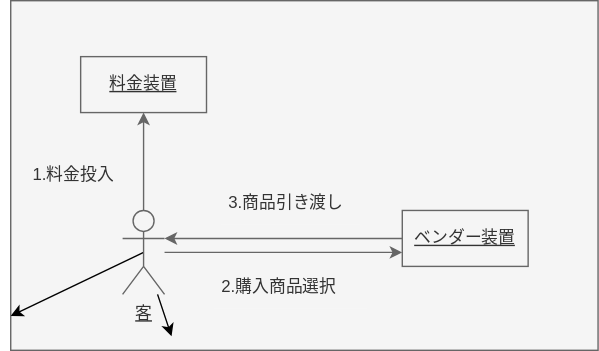
Before: 演習6-4-4_コミュニケーション図_自動販売機.drawio.svg, a diagram exported from draw.io (eumura123/uml-introduction). Source tidied: cells renumbered, new cells last; positions are measured from the earlier drawing's top-left corner, leaving out a move shared by most shapes. The source it was exported from:
```xml
<mxGraphModel>
  <root>
    <mxCell id="0" />
    <mxCell id="1" parent="0" />
    <mxCell id="2" style="rounded=0;whiteSpace=wrap;html=1;fillColor=#f5f5f5;fontColor=#333333;strokeColor=#666666;" parent="1" vertex="1">
      <mxGeometry width="420" height="250" as="geometry" />
    </mxCell>
    <mxCell id="3" style="edgeStyle=none;html=1;" parent="1" edge="1" source="7">
      <mxGeometry relative="1" as="geometry">
        <mxPoint x="115" y="240" as="targetPoint" />
      </mxGeometry>
    </mxCell>
    <mxCell id="4" style="edgeStyle=none;html=1;exitX=0.5;exitY=0.5;exitDx=0;exitDy=0;exitPerimeter=0;" parent="1" edge="1" source="7" target="2">
      <mxGeometry relative="1" as="geometry" />
    </mxCell>
    <mxCell id="5" style="edgeStyle=none;html=1;fillColor=#f5f5f5;strokeColor=#666666;" parent="1" edge="1" source="7" target="8">
      <mxGeometry relative="1" as="geometry" />
    </mxCell>
    <mxCell id="6" style="edgeStyle=none;html=1;startArrow=none;startFill=0;endArrow=classic;endFill=1;fillColor=#f5f5f5;strokeColor=#666666;entryX=0;entryY=0.75;entryDx=0;entryDy=0;" parent="1" edge="1" source="7" target="10">
      <mxGeometry relative="1" as="geometry" />
    </mxCell>
    <mxCell id="7" value="&lt;u&gt;客&lt;/u&gt;" style="shape=umlActor;verticalLabelPosition=bottom;verticalAlign=top;html=1;outlineConnect=0;fillColor=#f5f5f5;fontColor=#333333;strokeColor=#666666;" parent="1" vertex="1">
      <mxGeometry x="80" y="150" width="30" height="60" as="geometry" />
    </mxCell>
    <mxCell id="8" value="&lt;u&gt;料金装置&lt;/u&gt;" style="rounded=0;whiteSpace=wrap;html=1;fillColor=#f5f5f5;fontColor=#333333;strokeColor=#666666;" parent="1" vertex="1">
      <mxGeometry x="50" y="40" width="90" height="40" as="geometry" />
    </mxCell>
    <mxCell id="9" style="edgeStyle=none;html=1;fillColor=#f5f5f5;strokeColor=#666666;endArrow=classic;endFill=1;startArrow=none;startFill=0;entryX=1;entryY=0.3333333333333333;entryDx=0;entryDy=0;entryPerimeter=0;" parent="1" edge="1" source="10" target="7">
      <mxGeometry relative="1" as="geometry" />
    </mxCell>
    <mxCell id="10" value="&lt;u&gt;ベンダー装置&lt;/u&gt;" style="rounded=0;whiteSpace=wrap;html=1;fillColor=#f5f5f5;fontColor=#333333;strokeColor=#666666;" parent="1" vertex="1">
      <mxGeometry x="280" y="150" width="90" height="40" as="geometry" />
    </mxCell>
    <mxCell id="11" value="1.料金投入" style="text;strokeColor=none;fillColor=#f5f5f5;align=left;verticalAlign=middle;spacingLeft=4;spacingRight=4;overflow=hidden;whiteSpace=wrap;html=1;fontColor=#333333;" parent="1" vertex="1">
      <mxGeometry x="10" y="110" width="80" height="30" as="geometry" />
    </mxCell>
    <mxCell id="12" value="2.購入商品選択" style="text;strokeColor=none;fillColor=#f5f5f5;align=left;verticalAlign=middle;spacingLeft=4;spacingRight=4;overflow=hidden;whiteSpace=wrap;html=1;fontColor=#333333;" parent="1" vertex="1">
      <mxGeometry x="145" y="190" width="110" height="30" as="geometry" />
    </mxCell>
    <mxCell id="13" value="3.商品引き渡し" style="text;strokeColor=none;fillColor=#f5f5f5;align=left;verticalAlign=middle;spacingLeft=4;spacingRight=4;overflow=hidden;whiteSpace=wrap;html=1;fontColor=#333333;" parent="1" vertex="1">
      <mxGeometry x="150" y="130" width="100" height="30" as="geometry" />
    </mxCell>
  </root>
</mxGraphModel>
```
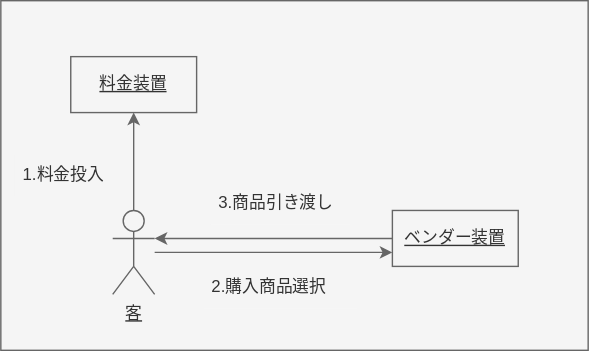
Later version of the same file.

Diff of the diagram source:
```diff
@@ -5,14 +5,6 @@
     <mxCell id="2" style="rounded=0;whiteSpace=wrap;html=1;fillColor=#f5f5f5;fontColor=#333333;strokeColor=#666666;" parent="1" vertex="1">
       <mxGeometry width="420" height="250" as="geometry" />
     </mxCell>
-    <mxCell id="3" style="edgeStyle=none;html=1;" parent="1" edge="1" source="7">
-      <mxGeometry relative="1" as="geometry">
-        <mxPoint x="115" y="240" as="targetPoint" />
-      </mxGeometry>
-    </mxCell>
-    <mxCell id="4" style="edgeStyle=none;html=1;exitX=0.5;exitY=0.5;exitDx=0;exitDy=0;exitPerimeter=0;" parent="1" edge="1" source="7" target="2">
-      <mxGeometry relative="1" as="geometry" />
-    </mxCell>
     <mxCell id="5" style="edgeStyle=none;html=1;fillColor=#f5f5f5;strokeColor=#666666;" parent="1" edge="1" source="7" target="8">
       <mxGeometry relative="1" as="geometry" />
     </mxCell>
```
